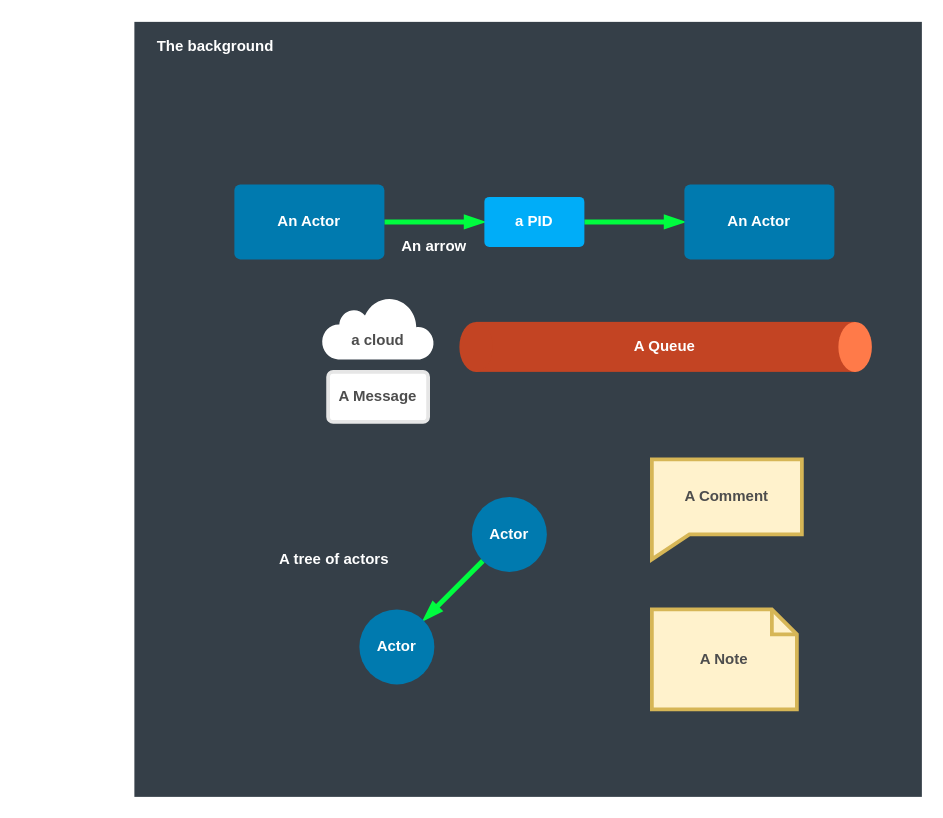
This is page "Templates" (1 of 24) of hugo/content/docs/images/diagrams.drawio from asynkron/protoactor-website, a draw.io file, before an edit. Source tidied: cells renumbered, new cells numbered last; positions are measured from the earlier drawing's top-left corner, leaving out a move shared by most shapes. Both pictures are drawn from the tidied source at 125%, with x=0, y=0 at pixel (134, 21).
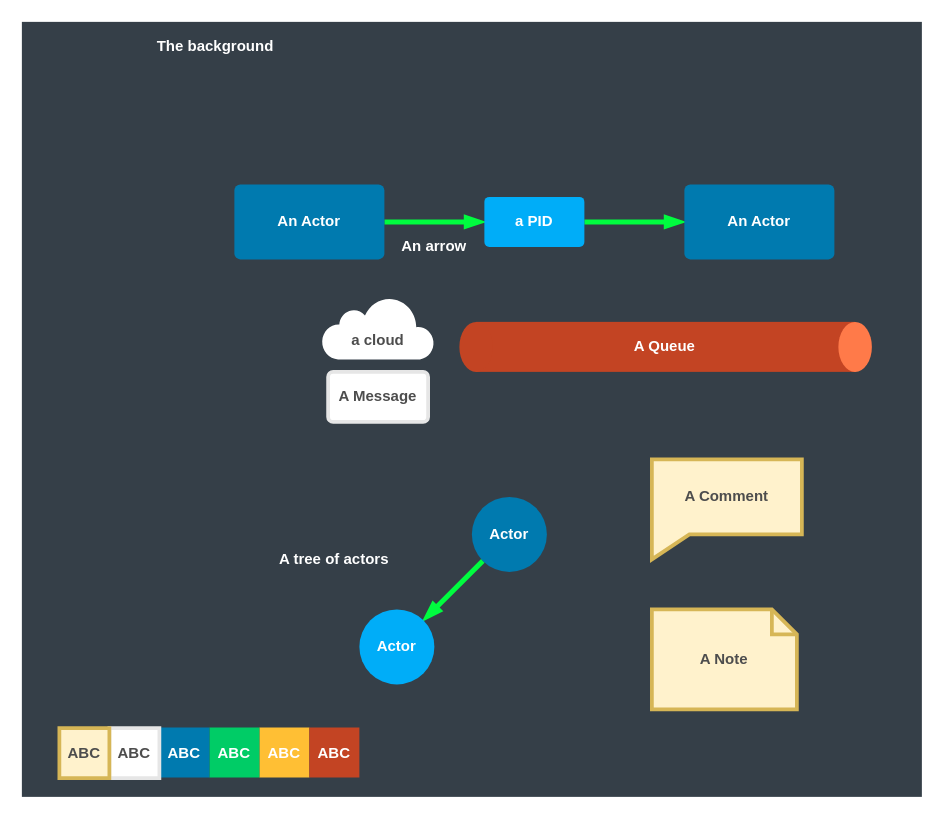
The same page after the edit.

What changed in the source:
```diff
@@
     <mxCell id="2" style="rounded=0;whiteSpace=wrap;html=1;fontColor=#FFFFFF;strokeColor=none;fillColor=#353F48;" parent="1" vertex="1">
-      <mxGeometry width="630" height="620" as="geometry" />
+      <mxGeometry x="-90" width="720" height="620" as="geometry" />
     </mxCell>
@@
-    <mxCell id="20" value="Actor" style="ellipse;whiteSpace=wrap;html=1;strokeWidth=3;fontColor=#FFFFFF;fontStyle=1;fillColor=#007AAF;strokeColor=none;" parent="1" vertex="1">
+    <mxCell id="20" value="Actor" style="ellipse;whiteSpace=wrap;html=1;strokeWidth=3;fontColor=#FFFFFF;fontStyle=1;strokeColor=none;fillColor=#00ADF8;" parent="1" vertex="1">
       <mxGeometry x="180" y="470" width="60" height="60" as="geometry" />
     </mxCell>
@@
+    <mxCell id="24" value="ABC" style="rounded=1;whiteSpace=wrap;html=1;fontStyle=1;strokeColor=none;fontColor=#FFFFFF;arcSize=0;fillColor=#FFBF34;" parent="1" vertex="1">
+      <mxGeometry x="100" y="564.5" width="40" height="40" as="geometry" />
+    </mxCell>
+    <mxCell id="25" value="ABC" style="rounded=1;whiteSpace=wrap;html=1;fontStyle=1;strokeColor=none;fontColor=#FFFFFF;arcSize=0;fillColor=#00CC66;" parent="1" vertex="1">
+      <mxGeometry x="60" y="564.5" width="40" height="40" as="geometry" />
+    </mxCell>
+    <mxCell id="26" value="ABC" style="rounded=1;whiteSpace=wrap;html=1;fontStyle=1;strokeColor=none;fontColor=#FFFFFF;arcSize=0;fillColor=#C34423;" parent="1" vertex="1">
+      <mxGeometry x="140" y="564.5" width="40" height="40" as="geometry" />
+    </mxCell>
+    <mxCell id="27" value="ABC" style="rounded=1;whiteSpace=wrap;html=1;fontStyle=1;strokeColor=none;fontColor=#FFFFFF;fillColor=#007AAF;arcSize=0;" parent="1" vertex="1">
+      <mxGeometry x="20" y="564.5" width="40" height="40" as="geometry" />
+    </mxCell>
+    <mxCell id="28" value="ABC" style="rounded=1;whiteSpace=wrap;html=1;fontStyle=1;arcSize=0;strokeColor=#E6E6E6;strokeWidth=3;fontColor=#4D4D4D;" parent="1" vertex="1">
+      <mxGeometry x="-20" y="565" width="40" height="40" as="geometry" />
+    </mxCell>
+    <mxCell id="29" value="ABC" style="rounded=1;whiteSpace=wrap;html=1;fontStyle=1;arcSize=0;strokeColor=#d6b656;strokeWidth=3;fillColor=#fff2cc;fontColor=#4D4D4D;" parent="1" vertex="1">
+      <mxGeometry x="-60" y="565" width="40" height="40" as="geometry" />
+    </mxCell>
```
